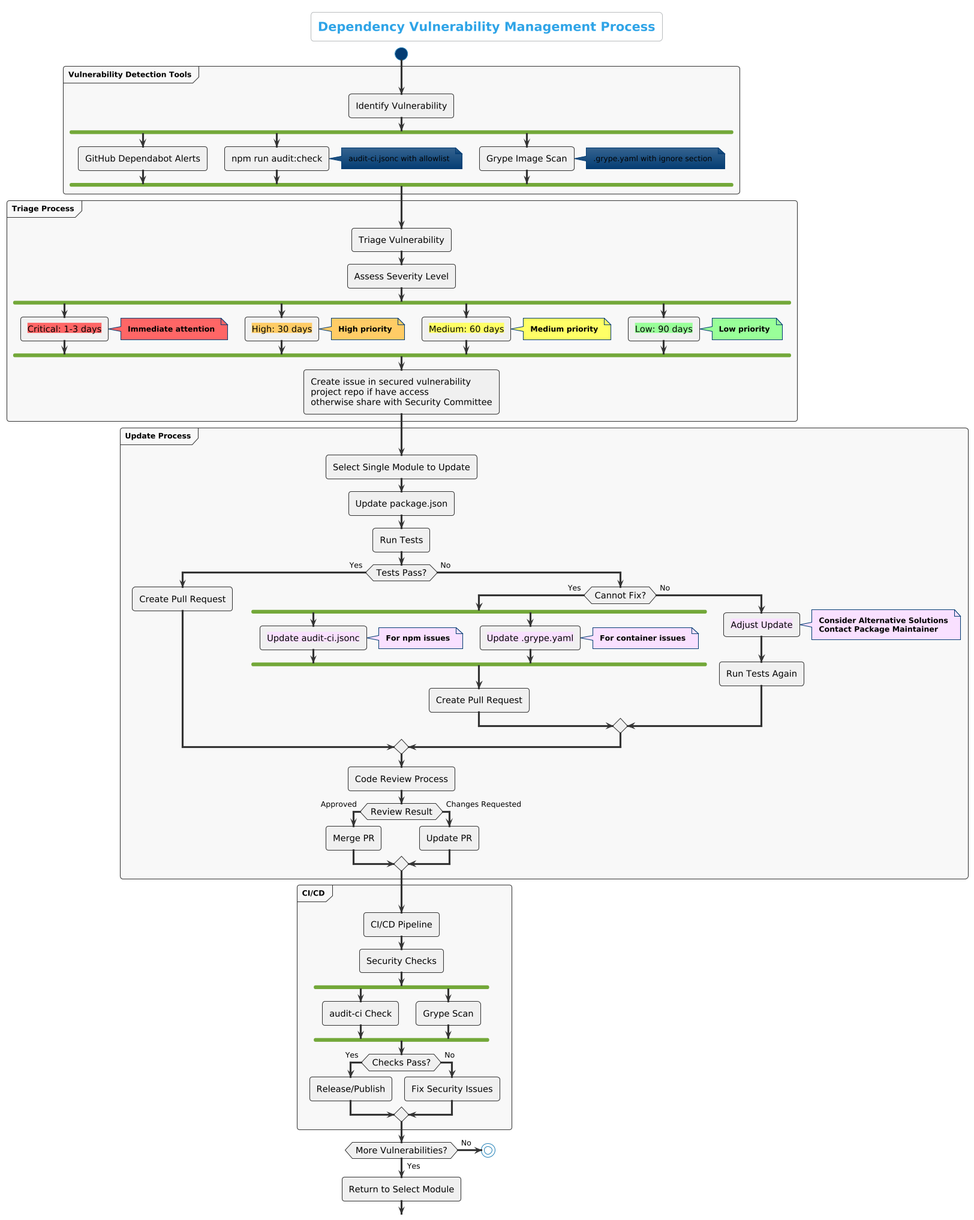
Above: docs/technical/technical/deployment-guide/assets/diagrams/vulnerabilityManagement/dependency-vulnerability-management-process.png in mojaloop/documentation (PlantUML), before the change. Its diagram source:
```plantuml
@startuml
!theme cerulean

skinparam ActivityBackgroundColor #f0f0f0
skinparam ActivityBorderColor #333333
skinparam ArrowColor #333333
skinparam backgroundColor white
skinparam ActivityFontColor black
skinparam ActivityFontSize 14
skinparam noteFontColor black
skinparam ArrowFontColor black
skinparam PartitionFontColor #000000
skinparam PartitionFontStyle bold
skinparam PartitionBorderColor #333333
skinparam PartitionBackgroundColor #f8f8f8

title Dependency Vulnerability Management Process

start

partition "Vulnerability Detection Tools" {
  :Identify Vulnerability;
  fork
    :GitHub Dependabot Alerts;
  fork again
    :npm run audit:check;
    note right: audit-ci.jsonc with allowlist
  fork again
    :Grype Image Scan;
    note right: .grype.yaml with ignore section
  end fork
}

partition "Triage Process" {
  :Triage Vulnerability;
  :Assess Severity Level;
  fork
    :<back:#FF6666>Critical: 1-3 days</back>;
    note right #FF6666: <b><color:black>Immediate attention</color></b>
  fork again
    :<back:#FFCC66>High: 30 days</back>;
    note right #FFCC66: <b><color:black>High priority</color></b>
  fork again
    :<back:#FFFF66>Medium: 60 days</back>;
    note right #FFFF66: <b><color:black>Medium priority</color></b>
  fork again
    :<back:#99FF99>Low: 90 days</back>;
    note right #99FF99: <b><color:black>Low priority</color></b>
  end fork
  :Create issue in secured vulnerability\nproject repo if have access\notherwise share with Security Committee;
}

partition "Update Process" {
  :Select Single Module to Update;
  :Update package.json;
  :Run Tests;
  if (Tests Pass?) then (Yes)
    :Create Pull Request;
  else (No)
    if (Cannot Fix?) then (Yes)
      fork
        :<back:#F9E0FF>Update audit-ci.jsonc</back>;
        note right #F9E0FF: <b><color:black>For npm issues</color></b>
      fork again
        :<back:#F9E0FF>Update .grype.yaml</back>;
        note right #F9E0FF: <b><color:black>For container issues</color></b>
      end fork
      :Create Pull Request;
    else (No)
      :<back:#F9E0FF>Adjust Update</back>;
      note right #F9E0FF
        <b><color:black>Consider Alternative Solutions</color></b>
        <b><color:black>Contact Package Maintainer</color></b>
      end note
      :Run Tests Again;
    endif
  endif
  :Code Review Process;
  if (Review Result) then (Approved)
    :Merge PR;
  else (Changes Requested)
    :Update PR;
  endif
}

partition "CI/CD" {
  :CI/CD Pipeline;
  :Security Checks;
  fork
    :audit-ci Check;
  fork again
    :Grype Scan;
  end fork
  if (Checks Pass?) then (Yes)
    :Release/Publish;
  else (No)
    :Fix Security Issues;
  endif
}

if (More Vulnerabilities?) then (Yes)
  :Return to Select Module;
else (No)
  stop
endif
@enduml
```
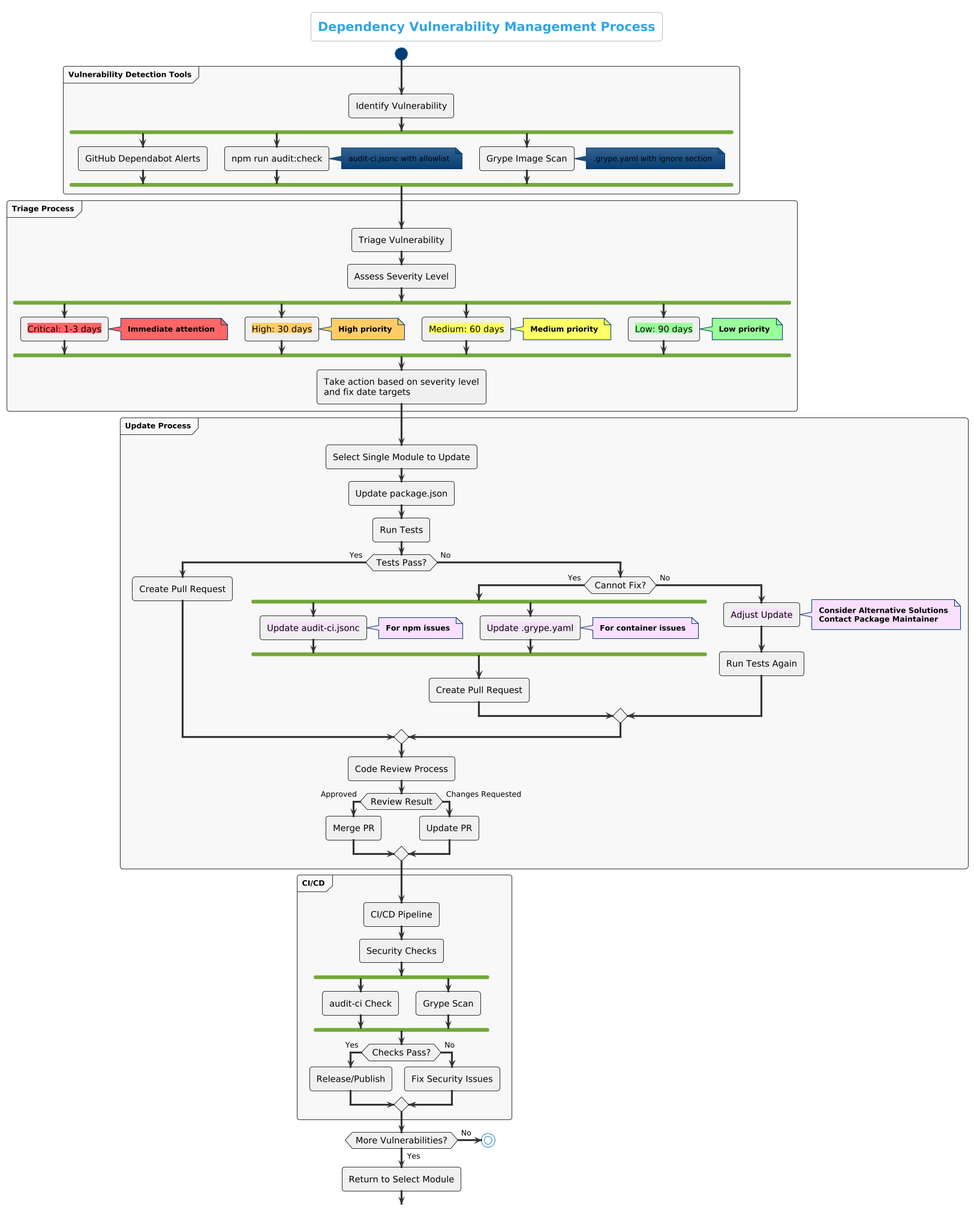
After the change.

Commit message:
feat: align fix process and diagram

What changed in the source:
```diff
@@ -47,7 +47,7 @@
     :<back:#99FF99>Low: 90 days</back>;
     note right #99FF99: <b><color:black>Low priority</color></b>
   end fork
-  :Create issue in secured vulnerability\nproject repo if have access\notherwise share with Security Committee;
+  :Take action based on severity level\nand fix date targets;
 }
 
 partition "Update Process" {
```
